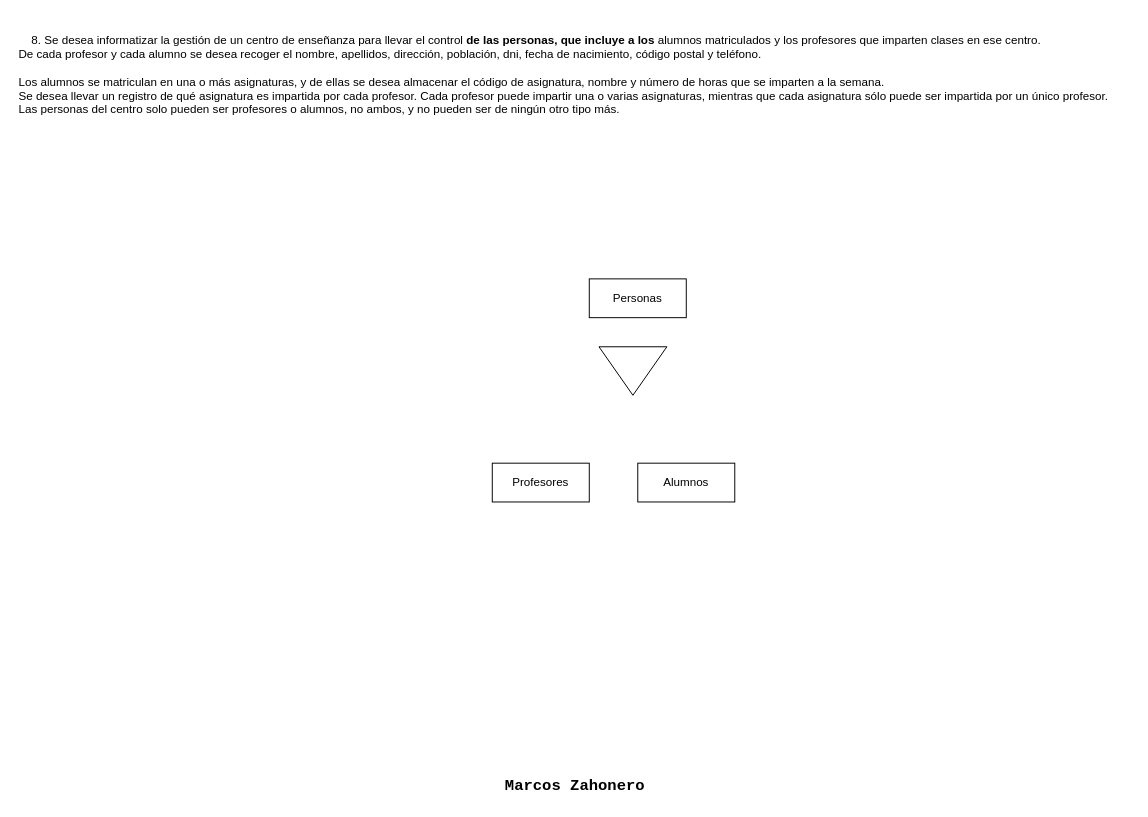
The draw.io diagram page "Ejercicio 8" (7 of 8) of Task5EER_MarcosZahonero.drawio in Maek0s/1DAM_Databases, before the edit. Source tidied: cells renumbered, new cells numbered last; positions are measured from the earlier drawing's top-left corner, leaving out a move shared by most shapes. Both pictures are drawn from the tidied source at 97%, with x=0, y=0 at pixel (16, 26).
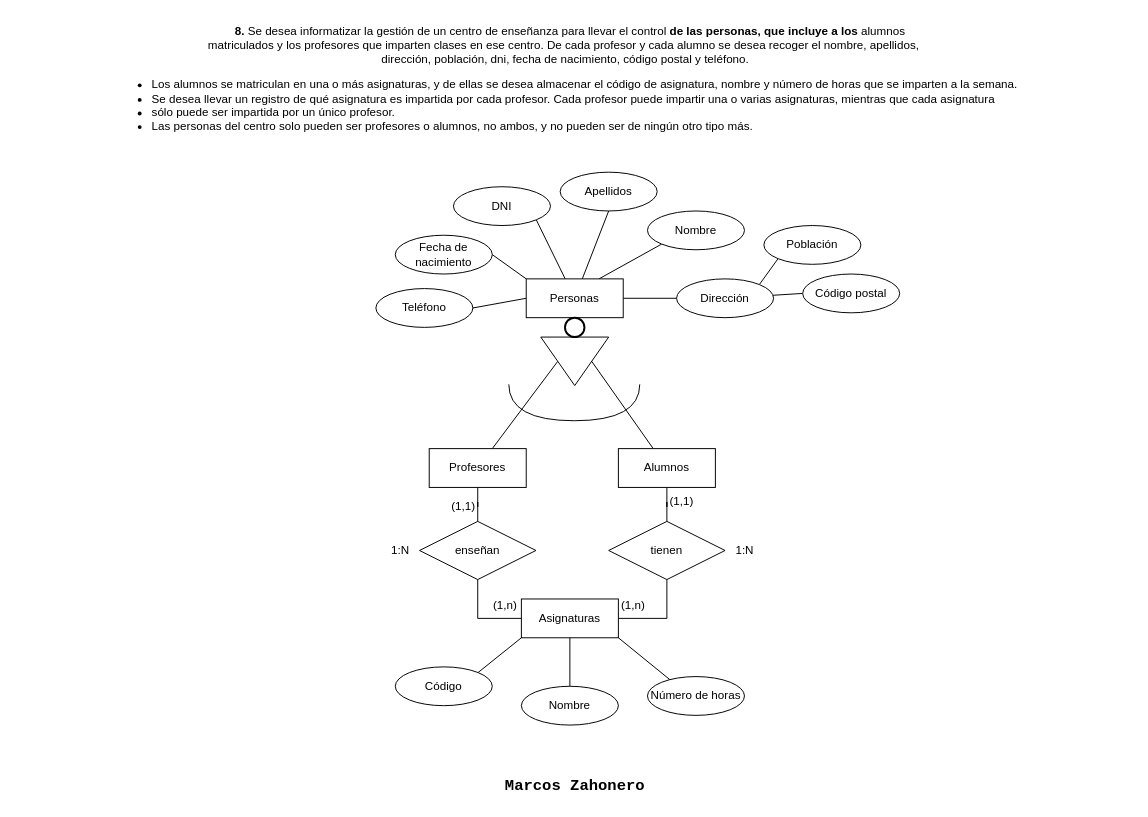
Above is the later version.

What changed in the source:
```diff
@@
-    <mxCell id="3" value="&lt;div&gt;&amp;nbsp; &amp;nbsp; 8. Se desea informatizar la gestión de un centro de enseñanza para llevar el control &lt;b&gt;de las personas, que incluye a los&lt;/b&gt; alumnos matriculados y los profesores que imparten clases en ese centro.&amp;nbsp;&lt;/div&gt;&lt;div&gt;De cada profesor y cada alumno se desea recoger el nombre, apellidos, dirección, población, dni, fecha de nacimiento, código postal y teléfono.&lt;/div&gt;&lt;div&gt;&lt;br&gt;&lt;/div&gt;&lt;div&gt;Los alumnos se matriculan en una o más asignaturas, y de ellas se desea almacenar el código de asignatura, nombre y número de horas que se imparten a la semana.&lt;/div&gt;&lt;div&gt;Se desea llevar un registro de qué asignatura es impartida por cada profesor. Cada profesor puede impartir una o varias asignaturas, mientras que cada asignatura sólo puede ser impartida por un único profesor.&lt;/div&gt;&lt;div style=&quot;&quot;&gt;Las personas del centro solo pueden ser profesores o alumnos, no ambos, y no pueden ser de ningún otro tipo más.&lt;/div&gt;" style="text;html=1;align=left;verticalAlign=middle;strokeColor=none;fillColor=none;" parent="1" vertex="1">
-      <mxGeometry width="1150" height="100" as="geometry" />
+    <mxCell id="3" value="&lt;div&gt;&lt;b&gt;&amp;nbsp; &amp;nbsp; 8.&lt;/b&gt; Se desea informatizar la gestión de un centro de enseñanza para llevar el control &lt;b&gt;de las personas, que incluye a los&lt;/b&gt; alumnos&amp;nbsp;&lt;/div&gt;&lt;div&gt;matriculados y los profesores que imparten clases en ese centro.&amp;nbsp;&lt;span style=&quot;background-color: initial;&quot;&gt;De cada profesor y cada alumno se desea recoger el nombre, apellidos,&amp;nbsp;&lt;/span&gt;&lt;/div&gt;&lt;div style=&quot;&quot;&gt;&lt;span style=&quot;background-color: initial;&quot;&gt;dirección, población, dni, fecha de nacimiento, código postal y teléfono.&lt;/span&gt;&lt;/div&gt;&lt;div style=&quot;text-align: left;&quot;&gt;&lt;ul&gt;&lt;li&gt;Los alumnos se matriculan en una o más asignaturas, y de ellas se desea almacenar el código de asignatura, nombre y número de horas que se imparten a la semana.&lt;/li&gt;&lt;li&gt;Se desea llevar un registro de qué asignatura es impartida por cada profesor. Cada profesor puede impartir una o varias asignaturas, mientras que cada asignatura&amp;nbsp;&lt;/li&gt;&lt;li&gt;&lt;span style=&quot;background-color: initial;&quot;&gt;sólo puede ser impartida por un único profesor.&lt;/span&gt;&lt;/li&gt;&lt;li&gt;Las personas del centro solo pueden ser profesores o alumnos, no ambos, y no pueden ser de ningún otro tipo más.&lt;/li&gt;&lt;/ul&gt;&lt;/div&gt;" style="text;html=1;align=center;verticalAlign=middle;strokeColor=none;fillColor=none;" parent="1" vertex="1">
+      <mxGeometry x="85" y="-10" width="960" height="140" as="geometry" />
     </mxCell>
+    <mxCell id="8" style="rounded=0;jettySize=auto;html=1;exitX=0;exitY=0.5;exitDx=0;exitDy=0;entryX=1;entryY=0.5;entryDx=0;entryDy=0;endArrow=none;endFill=0;" parent="1" edge="1" source="4" target="26">
+      <mxGeometry relative="1" as="geometry" />
+    </mxCell>
+    <mxCell id="9" style="rounded=0;jettySize=auto;html=1;exitX=0;exitY=0;exitDx=0;exitDy=0;entryX=1;entryY=0.5;entryDx=0;entryDy=0;endArrow=none;endFill=0;" parent="1" edge="1" source="4" target="24">
+      <mxGeometry relative="1" as="geometry" />
+    </mxCell>
+    <mxCell id="10" style="rounded=0;jettySize=auto;html=1;entryX=1;entryY=1;entryDx=0;entryDy=0;endArrow=none;endFill=0;" parent="1" edge="1" source="4" target="23">
+      <mxGeometry relative="1" as="geometry" />
+    </mxCell>
+    <mxCell id="11" style="rounded=0;jettySize=auto;html=1;entryX=0.5;entryY=1;entryDx=0;entryDy=0;endArrow=none;endFill=0;" parent="1" edge="1" source="4" target="18">
+      <mxGeometry relative="1" as="geometry" />
+    </mxCell>
+    <mxCell id="12" style="rounded=0;jettySize=auto;html=1;exitX=0.75;exitY=0;exitDx=0;exitDy=0;entryX=0;entryY=1;entryDx=0;entryDy=0;endArrow=none;endFill=0;" parent="1" edge="1" source="4" target="17">
+      <mxGeometry relative="1" as="geometry" />
+    </mxCell>
+    <mxCell id="13" style="rounded=0;jettySize=auto;html=1;entryX=0;entryY=0.5;entryDx=0;entryDy=0;endArrow=none;endFill=0;" parent="1" edge="1" source="4" target="21">
+      <mxGeometry relative="1" as="geometry" />
+    </mxCell>
+    <mxCell id="14" style="edgeStyle=orthogonalEdgeStyle;rounded=0;jettySize=auto;html=1;endArrow=none;endFill=0;" parent="1" edge="1" source="41" target="7">
+      <mxGeometry relative="1" as="geometry" />
+    </mxCell>
     <mxCell id="4" value="Personas" style="whiteSpace=wrap;html=1;align=center;" parent="1" vertex="1">
-      <mxGeometry x="590" y="260" width="100" height="40" as="geometry" />
+      <mxGeometry x="525" y="260" width="100" height="40" as="geometry" />
     </mxCell>
+    <mxCell id="15" style="rounded=0;jettySize=auto;html=1;entryX=0.5;entryY=1;entryDx=0;entryDy=0;endArrow=none;endFill=0;" parent="1" edge="1" source="5" target="7">
+      <mxGeometry relative="1" as="geometry" />
+    </mxCell>
     <mxCell id="5" value="Profesores" style="whiteSpace=wrap;html=1;align=center;" parent="1" vertex="1">
-      <mxGeometry x="490" y="450" width="100" height="40" as="geometry" />
+      <mxGeometry x="425" y="435" width="100" height="40" as="geometry" />
     </mxCell>
+    <mxCell id="16" style="rounded=0;jettySize=auto;html=1;entryX=0.5;entryY=0;entryDx=0;entryDy=0;endArrow=none;endFill=0;" parent="1" edge="1" source="6" target="7">
+      <mxGeometry relative="1" as="geometry" />
+    </mxCell>
     <mxCell id="6" value="Alumnos" style="whiteSpace=wrap;html=1;align=center;" parent="1" vertex="1">
-      <mxGeometry x="640" y="450" width="100" height="40" as="geometry" />
+      <mxGeometry x="620" y="435" width="100" height="40" as="geometry" />
     </mxCell>
     <mxCell id="7" style="triangle;whiteSpace=wrap;html=1;rotation=90;" parent="1" vertex="1">
-      <mxGeometry x="610" y="320" width="50" height="70" as="geometry" />
+      <mxGeometry x="550" y="310" width="50" height="70" as="geometry" />
     </mxCell>
+    <mxCell id="17" value="Nombre" style="ellipse;whiteSpace=wrap;html=1;align=center;" parent="1" vertex="1">
+      <mxGeometry x="650" y="190" width="100" height="40" as="geometry" />
+    </mxCell>
+    <mxCell id="18" value="Apellidos" style="ellipse;whiteSpace=wrap;html=1;align=center;" parent="1" vertex="1">
+      <mxGeometry x="560" y="150" width="100" height="40" as="geometry" />
+    </mxCell>
+    <mxCell id="19" style="rounded=0;jettySize=auto;html=1;entryX=0;entryY=0.5;entryDx=0;entryDy=0;endArrow=none;endFill=0;" parent="1" edge="1" source="21" target="25">
+      <mxGeometry relative="1" as="geometry" />
+    </mxCell>
+    <mxCell id="20" style="rounded=0;jettySize=auto;html=1;exitX=1;exitY=0;exitDx=0;exitDy=0;entryX=0;entryY=1;entryDx=0;entryDy=0;endArrow=none;endFill=0;" parent="1" edge="1" source="21" target="22">
+      <mxGeometry relative="1" as="geometry" />
+    </mxCell>
+    <mxCell id="21" value="Dirección" style="ellipse;whiteSpace=wrap;html=1;align=center;" parent="1" vertex="1">
+      <mxGeometry x="680" y="260" width="100" height="40" as="geometry" />
+    </mxCell>
+    <mxCell id="22" value="Población" style="ellipse;whiteSpace=wrap;html=1;align=center;" parent="1" vertex="1">
+      <mxGeometry x="770" y="205" width="100" height="40" as="geometry" />
+    </mxCell>
+    <mxCell id="23" value="DNI" style="ellipse;whiteSpace=wrap;html=1;align=center;" parent="1" vertex="1">
+      <mxGeometry x="450" y="165" width="100" height="40" as="geometry" />
+    </mxCell>
+    <mxCell id="24" value="Fecha de nacimiento" style="ellipse;whiteSpace=wrap;html=1;align=center;" parent="1" vertex="1">
+      <mxGeometry x="390" y="215" width="100" height="40" as="geometry" />
+    </mxCell>
+    <mxCell id="25" value="Código postal" style="ellipse;whiteSpace=wrap;html=1;align=center;" parent="1" vertex="1">
+      <mxGeometry x="810" y="255" width="100" height="40" as="geometry" />
+    </mxCell>
+    <mxCell id="26" value="Teléfono" style="ellipse;whiteSpace=wrap;html=1;align=center;" parent="1" vertex="1">
+      <mxGeometry x="370" y="270" width="100" height="40" as="geometry" />
+    </mxCell>
+    <mxCell id="27" style="edgeStyle=orthogonalEdgeStyle;rounded=0;jettySize=auto;html=1;entryX=0.5;entryY=1;entryDx=0;entryDy=0;endArrow=none;endFill=0;" parent="1" edge="1" source="29" target="6">
+      <mxGeometry relative="1" as="geometry" />
+    </mxCell>
+    <mxCell id="28" style="edgeStyle=orthogonalEdgeStyle;rounded=0;jettySize=auto;html=1;entryX=1;entryY=0.5;entryDx=0;entryDy=0;endArrow=none;endFill=0;" parent="1" edge="1" source="29" target="33">
+      <mxGeometry relative="1" as="geometry">
+        <Array as="points">
+          <mxPoint x="670" y="610" />
+        </Array>
+      </mxGeometry>
+    </mxCell>
+    <mxCell id="29" value="tienen" style="shape=rhombus;perimeter=rhombusPerimeter;whiteSpace=wrap;html=1;align=center;" parent="1" vertex="1">
+      <mxGeometry x="610" y="510" width="120" height="60" as="geometry" />
+    </mxCell>
+    <mxCell id="30" style="rounded=0;jettySize=auto;html=1;exitX=0;exitY=1;exitDx=0;exitDy=0;endArrow=none;endFill=0;entryX=1;entryY=0;entryDx=0;entryDy=0;" parent="1" edge="1" source="33" target="34">
+      <mxGeometry relative="1" as="geometry" />
+    </mxCell>
+    <mxCell id="31" style="rounded=0;jettySize=auto;html=1;entryX=0.234;entryY=0.086;entryDx=0;entryDy=0;endArrow=none;endFill=0;exitX=1;exitY=1;exitDx=0;exitDy=0;entryPerimeter=0;" parent="1" edge="1" source="33" target="36">
+      <mxGeometry relative="1" as="geometry" />
+    </mxCell>
+    <mxCell id="32" style="edgeStyle=orthogonalEdgeStyle;rounded=0;jettySize=auto;html=1;entryX=0.5;entryY=0;entryDx=0;entryDy=0;endArrow=none;endFill=0;" parent="1" edge="1" source="33" target="35">
+      <mxGeometry relative="1" as="geometry" />
+    </mxCell>
+    <mxCell id="33" value="Asignaturas" style="whiteSpace=wrap;html=1;align=center;" parent="1" vertex="1">
+      <mxGeometry x="520" y="590" width="100" height="40" as="geometry" />
+    </mxCell>
+    <mxCell id="34" value="Código" style="ellipse;whiteSpace=wrap;html=1;align=center;" parent="1" vertex="1">
+      <mxGeometry x="390" y="660" width="100" height="40" as="geometry" />
+    </mxCell>
+    <mxCell id="35" value="Nombre" style="ellipse;whiteSpace=wrap;html=1;align=center;" parent="1" vertex="1">
+      <mxGeometry x="520" y="680" width="100" height="40" as="geometry" />
+    </mxCell>
+    <mxCell id="36" value="Número de horas" style="ellipse;whiteSpace=wrap;html=1;align=center;" parent="1" vertex="1">
+      <mxGeometry x="650" y="670" width="100" height="40" as="geometry" />
+    </mxCell>
+    <mxCell id="37" style="edgeStyle=orthogonalEdgeStyle;rounded=0;jettySize=auto;html=1;entryX=0.5;entryY=1;entryDx=0;entryDy=0;endArrow=none;endFill=0;" parent="1" edge="1" source="39" target="5">
+      <mxGeometry relative="1" as="geometry" />
+    </mxCell>
+    <mxCell id="38" style="edgeStyle=orthogonalEdgeStyle;rounded=0;jettySize=auto;html=1;entryX=0;entryY=0.5;entryDx=0;entryDy=0;endArrow=none;endFill=0;" parent="1" edge="1" source="39" target="33">
+      <mxGeometry relative="1" as="geometry">
+        <Array as="points">
+          <mxPoint x="475" y="610" />
+        </Array>
+      </mxGeometry>
+    </mxCell>
+    <mxCell id="39" value="enseñan" style="shape=rhombus;perimeter=rhombusPerimeter;whiteSpace=wrap;html=1;align=center;" parent="1" vertex="1">
+      <mxGeometry x="415" y="510" width="120" height="60" as="geometry" />
+    </mxCell>
+    <mxCell id="40" style="edgeStyle=orthogonalEdgeStyle;rounded=0;jettySize=auto;html=1;endArrow=none;endFill=0;" parent="1" edge="1" source="4" target="41">
+      <mxGeometry relative="1" as="geometry">
+        <Array as="points">
+          <mxPoint x="575" y="300" />
+          <mxPoint x="575" y="300" />
+        </Array>
+      </mxGeometry>
+    </mxCell>
+    <mxCell id="41" style="strokeWidth=2;html=1;shape=mxgraph.flowchart.start_1;whiteSpace=wrap;" parent="1" vertex="1">
+      <mxGeometry x="565" y="300" width="20" height="20" as="geometry" />
+    </mxCell>
+    <mxCell id="42" style="shape=requiredInterface;html=1;verticalLabelPosition=bottom;sketch=0;rotation=90;" parent="1" vertex="1">
+      <mxGeometry x="555.8" y="320" width="37.5" height="135" as="geometry" />
+    </mxCell>
+    <mxCell id="43" value="(1,n)" style="text;html=1;align=center;verticalAlign=middle;strokeColor=none;fillColor=none;" parent="1" vertex="1">
+      <mxGeometry x="478" y="582" width="50" height="30" as="geometry" />
+    </mxCell>
+    <mxCell id="44" value="(1,n)" style="text;html=1;align=center;verticalAlign=middle;strokeColor=none;fillColor=none;" parent="1" vertex="1">
+      <mxGeometry x="610" y="582" width="50" height="30" as="geometry" />
+    </mxCell>
+    <mxCell id="45" value="(1,1)" style="text;html=1;align=center;verticalAlign=middle;strokeColor=none;fillColor=none;" parent="1" vertex="1">
+      <mxGeometry x="435" y="480" width="50" height="30" as="geometry" />
+    </mxCell>
+    <mxCell id="46" value="1:N" style="text;html=1;align=center;verticalAlign=middle;strokeColor=none;fillColor=none;" parent="1" vertex="1">
+      <mxGeometry x="375" y="525" width="40" height="30" as="geometry" />
+    </mxCell>
+    <mxCell id="47" value="(1,1)" style="text;html=1;align=center;verticalAlign=middle;strokeColor=none;fillColor=none;" parent="1" vertex="1">
+      <mxGeometry x="660" y="475" width="50" height="30" as="geometry" />
+    </mxCell>
+    <mxCell id="48" value="1:N" style="text;html=1;align=center;verticalAlign=middle;strokeColor=none;fillColor=none;" parent="1" vertex="1">
+      <mxGeometry x="730" y="525" width="40" height="30" as="geometry" />
+    </mxCell>
```
